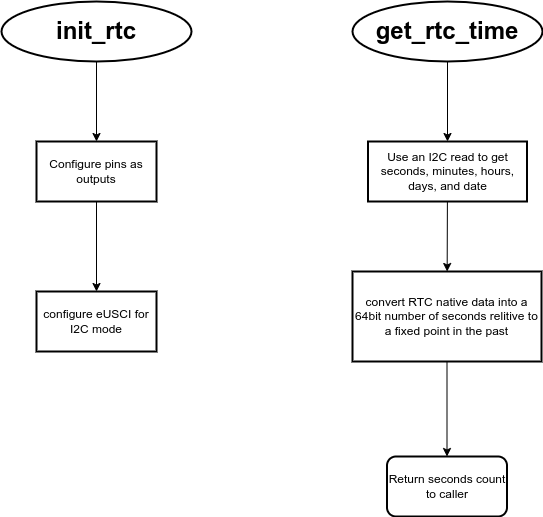
django-wardlow/ece230TermProject keeps this draw.io diagram as flowcharts/RTC Flow.png. Above is the earlier version. Source tidied: cells renumbered, new cells last; positions are measured from the earlier drawing's top-left corner, leaving out a move shared by most shapes. Its diagram source:
```xml
<mxGraphModel>
  <root>
    <mxCell id="0" />
    <mxCell id="1" parent="0" />
    <mxCell id="2" style="edgeStyle=none;html=1;" parent="1" edge="1" source="3" target="8">
      <mxGeometry relative="1" as="geometry" />
    </mxCell>
    <mxCell id="3" value="&lt;h1&gt;init_rtc&lt;/h1&gt;" style="strokeWidth=2;html=1;shape=mxgraph.flowchart.start_1;whiteSpace=wrap;" parent="1" vertex="1">
      <mxGeometry width="190" height="60" as="geometry" />
    </mxCell>
    <mxCell id="4" value="configure eUSCI for I2C mode" style="rounded=1;whiteSpace=wrap;html=1;arcSize=0;strokeWidth=2;" parent="1" vertex="1">
      <mxGeometry x="35" y="290" width="120" height="60" as="geometry" />
    </mxCell>
    <mxCell id="5" style="edgeStyle=none;html=1;" parent="1" edge="1" source="6" target="10">
      <mxGeometry relative="1" as="geometry" />
    </mxCell>
    <mxCell id="6" value="&lt;h1&gt;get_rtc_time&lt;/h1&gt;" style="strokeWidth=2;html=1;shape=mxgraph.flowchart.start_1;whiteSpace=wrap;" parent="1" vertex="1">
      <mxGeometry x="351" width="190" height="60" as="geometry" />
    </mxCell>
    <mxCell id="7" style="edgeStyle=none;html=1;exitX=0.5;exitY=1;exitDx=0;exitDy=0;entryX=0.5;entryY=0;entryDx=0;entryDy=0;" parent="1" edge="1" source="8" target="4">
      <mxGeometry relative="1" as="geometry" />
    </mxCell>
    <mxCell id="8" value="Configure pins as outputs" style="whiteSpace=wrap;html=1;strokeWidth=2;" parent="1" vertex="1">
      <mxGeometry x="35" y="140" width="120" height="60" as="geometry" />
    </mxCell>
    <mxCell id="9" style="edgeStyle=none;html=1;" parent="1" edge="1" source="10" target="12">
      <mxGeometry relative="1" as="geometry" />
    </mxCell>
    <mxCell id="10" value="Use an I2C read to get seconds, minutes, hours, days, and date" style="whiteSpace=wrap;html=1;strokeWidth=2;" parent="1" vertex="1">
      <mxGeometry x="366.5" y="140" width="159" height="60" as="geometry" />
    </mxCell>
    <mxCell id="11" style="edgeStyle=none;html=1;" parent="1" edge="1" source="12" target="13">
      <mxGeometry relative="1" as="geometry" />
    </mxCell>
    <mxCell id="12" value="convert RTC native data into a 64bit number of seconds relitive to a fixed point in the past" style="whiteSpace=wrap;html=1;strokeWidth=2;" parent="1" vertex="1">
      <mxGeometry x="351" y="270" width="189" height="90" as="geometry" />
    </mxCell>
    <mxCell id="13" value="Return seconds count to caller" style="rounded=1;whiteSpace=wrap;html=1;strokeWidth=2;" parent="1" vertex="1">
      <mxGeometry x="385.5" y="455" width="120" height="60" as="geometry" />
    </mxCell>
  </root>
</mxGraphModel>
```
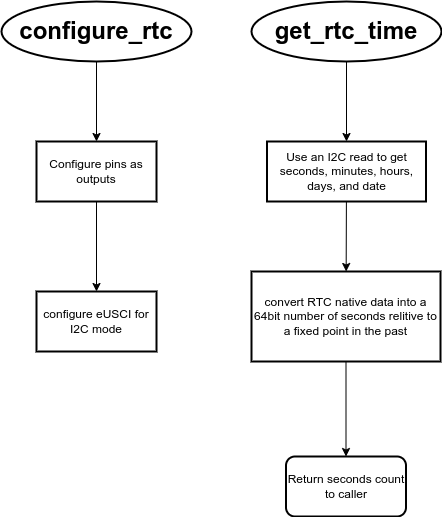
After the commit.

Diff of the diagram source:
```diff
@@ -5,11 +5,11 @@
     <mxCell id="2" style="edgeStyle=none;html=1;" parent="1" edge="1" source="3" target="8">
       <mxGeometry relative="1" as="geometry" />
     </mxCell>
-    <mxCell id="3" value="&lt;h1&gt;init_rtc&lt;/h1&gt;" style="strokeWidth=2;html=1;shape=mxgraph.flowchart.start_1;whiteSpace=wrap;" parent="1" vertex="1">
-      <mxGeometry width="190" height="60" as="geometry" />
+    <mxCell id="3" value="&lt;h1&gt;configure_rtc&lt;/h1&gt;" style="strokeWidth=2;html=1;shape=mxgraph.flowchart.start_1;whiteSpace=wrap;" parent="1" vertex="1">
+      <mxGeometry x="101" width="190" height="60" as="geometry" />
     </mxCell>
     <mxCell id="4" value="configure eUSCI for I2C mode" style="rounded=1;whiteSpace=wrap;html=1;arcSize=0;strokeWidth=2;" parent="1" vertex="1">
-      <mxGeometry x="35" y="290" width="120" height="60" as="geometry" />
+      <mxGeometry x="136" y="290" width="120" height="60" as="geometry" />
     </mxCell>
     <mxCell id="5" style="edgeStyle=none;html=1;" parent="1" edge="1" source="6" target="10">
       <mxGeometry relative="1" as="geometry" />
@@ -21,7 +21,7 @@
       <mxGeometry relative="1" as="geometry" />
     </mxCell>
     <mxCell id="8" value="Configure pins as outputs" style="whiteSpace=wrap;html=1;strokeWidth=2;" parent="1" vertex="1">
-      <mxGeometry x="35" y="140" width="120" height="60" as="geometry" />
+      <mxGeometry x="136" y="140" width="120" height="60" as="geometry" />
     </mxCell>
     <mxCell id="9" style="edgeStyle=none;html=1;" parent="1" edge="1" source="10" target="12">
       <mxGeometry relative="1" as="geometry" />
```
